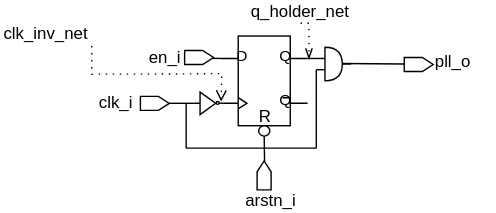
Before: docs/clk_gate.svg, a diagram exported from draw.io (foez-ahmed-dsi/CRG_20240212). Source tidied: cells renumbered, new cells last; positions are measured from the earlier drawing's top-left corner, leaving out a move shared by most shapes.
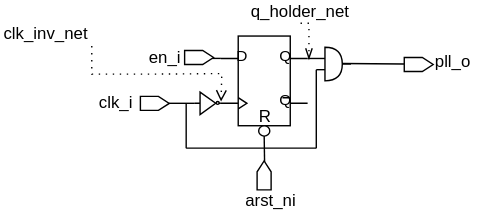
Above is the later version.

The edit, as a diff of the source:
```diff
@@ -112,7 +112,7 @@
     <mxCell id="27" value="en_i" style="text;html=1;strokeColor=none;fillColor=none;align=center;verticalAlign=middle;whiteSpace=wrap;rounded=0;" parent="1" vertex="1">
       <mxGeometry x="100" y="32.4" width="35" height="16.3" as="geometry" />
     </mxCell>
-    <mxCell id="28" value="arstn_i" style="text;html=1;strokeColor=none;fillColor=none;align=center;verticalAlign=middle;whiteSpace=wrap;rounded=0;" parent="1" vertex="1">
+    <mxCell id="28" value="arst_ni" style="text;html=1;strokeColor=none;fillColor=none;align=center;verticalAlign=middle;whiteSpace=wrap;rounded=0;" parent="1" vertex="1">
       <mxGeometry x="150" y="135" width="85.5" height="16.3" as="geometry" />
     </mxCell>
     <mxCell id="29" style="shape=offPageConnector;whiteSpace=wrap;html=1;rotation=-180;" parent="1" vertex="1">
```
